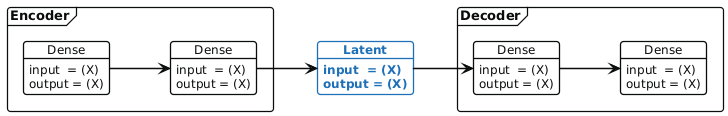
aezarebski/aezarebski.github.io keeps this PlantUML diagram as misc/ml/example-2026-04-18/diagram-ae.png. Above is the earlier version. The source it was exported from:
```plantuml
@startuml
<style>

:root {
    --text: #0b0c0c;
    --line: #0b0c0c;
    --brand: #1d70b8;
    --success: #0f7a52;
    --surface-border: #8eb8dc;
    --surface-background: #f4f8fb;
    --main-background: #ffffff;
    --focus: #ffdd00;
}

document {
  BackGroundColor var(--main-background);
}

arrow {
  LineColor var(--line);
  LineThickness 1.4
}

frame {
  BackGroundColor: var(--main-background);
  LineColor: var(--line);
  LineThickness 1.2
  FontColor: var(--text);
  FontName "DejaVu Sans"
  FontSize 13
  RoundCorner 6
}


object {
  BackGroundColor: var(--main-background);
  LineColor: var(--line);
  LineThickness 1.3
  FontColor: var(--text);
  FontName "DejaVu Sans"
  FontSize 12
  RoundCorner 6
  .latent {
        FontStyle: bold;
        FontColor: var(--brand);
        LineColor: var(--brand);
  }
}

note {
  BackGroundColor: var(--focus);
  LineColor: var(--line);
  FontColor: var(--text);
  FontName "DejaVu Sans"
  FontSize 12
}
</style>

left to right direction
hide stereotype


frame Encoder {

object "Dense" as e1 {
  input  = (X)
  output = (X)
}

object "Dense" as e2 {
  input  = (X)
  output = (X)
}

    e1 --> e2
    }



frame Decoder {

object "Dense" as d1 {
  input  = (X)
  output = (X)
}

object "Dense" as d2 {
  input  = (X)
  output = (X)
}

    d1 --> d2
    }


object "Latent" as l <<latent>> {
  input  = (X)
  output = (X)
}

e2 --> l
l --> d1


@enduml
```
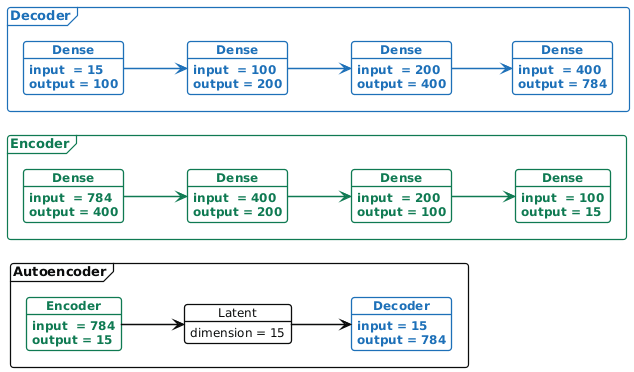
After the commit.

Diff of the diagram source:
```diff
@@ -1,4 +1,5 @@
 @startuml
+allowmixing
 <style>
 
 :root {
@@ -29,6 +30,16 @@
   FontName "DejaVu Sans"
   FontSize 13
   RoundCorner 6
+  .decoder {
+        FontStyle: bold;
+        FontColor: var(--brand);
+        LineColor: var(--brand);
+	}
+  .encoder {
+        FontStyle: bold;
+        FontColor: var(--success);
+        LineColor: var(--success);
+	}
 }
 
 
@@ -40,11 +51,16 @@
   FontName "DejaVu Sans"
   FontSize 12
   RoundCorner 6
-  .latent {
+  .decoder {
         FontStyle: bold;
         FontColor: var(--brand);
         LineColor: var(--brand);
-  }
+	}
+  .encoder {
+        FontStyle: bold;
+        FontColor: var(--success);
+        LineColor: var(--success);
+	}
 }
 
 note {
@@ -60,46 +76,80 @@
 hide stereotype
 
 
-frame Encoder {
+frame "Autoencoder" as autoencoder {
 
-object "Dense" as e1 {
-  input  = (X)
-  output = (X)
+object "Encoder" as eHighLevel <<encoder>> {
+  input  = 784
+  output = 15
 }
 
-object "Dense" as e2 {
-  input  = (X)
-  output = (X)
+object "Latent" as latent {
+dimension = 15
 }
 
-    e1 --> e2
-    }
+object "Decoder" as dHighLevel <<decoder>> {
+input = 15
+output = 784
+}
+
+eHighLevel --> latent
+latent --> dHighLevel
+
+}
+
+frame "Encoder" as eLowLevel <<encoder>> {
+
+object "Dense" as e1 <<encoder>> {
+  input  = 784
+  output = 400
+}
+
+object "Dense" as e2 <<encoder>> {
+  input  = 400
+  output = 200
+}
+
+object "Dense" as e3 <<encoder>> {
+  input  = 200
+  output = 100
+}
+object "Dense" as e4 <<encoder>> {
+  input  = 100
+  output = 15
+}
+
+e1 -[#0f7a52]-> e2
+e2 -[#0f7a52]-> e3
+e3 -[#0f7a52]-> e4
+}
+
+frame "Decoder" as dLowLevel <<decoder>> {
+
+object "Dense" as d1 <<decoder>> {
+  input  = 15
+  output = 100
+}
+
+object "Dense" as d2 <<decoder>> {
+  input  = 100
+  output = 200
+}
+object "Dense" as d3 <<decoder>> {
+  input  = 200
+  output = 400
+}
+object "Dense" as d4 <<decoder>> {
+  input  = 400
+  output = 784
+}
+
+d1 -[#1d70b8]-> d2
+d2 -[#1d70b8]-> d3
+d3 -[#1d70b8]-> d4
+
+}
 
 
 
-frame Decoder {
-
-object "Dense" as d1 {
-  input  = (X)
-  output = (X)
-}
-
-object "Dense" as d2 {
-  input  = (X)
-  output = (X)
-}
-
-    d1 --> d2
-    }
-
-
-object "Latent" as l <<latent>> {
-  input  = (X)
-  output = (X)
-}
-
-e2 --> l
-l --> d1
-
 
 @enduml
```
